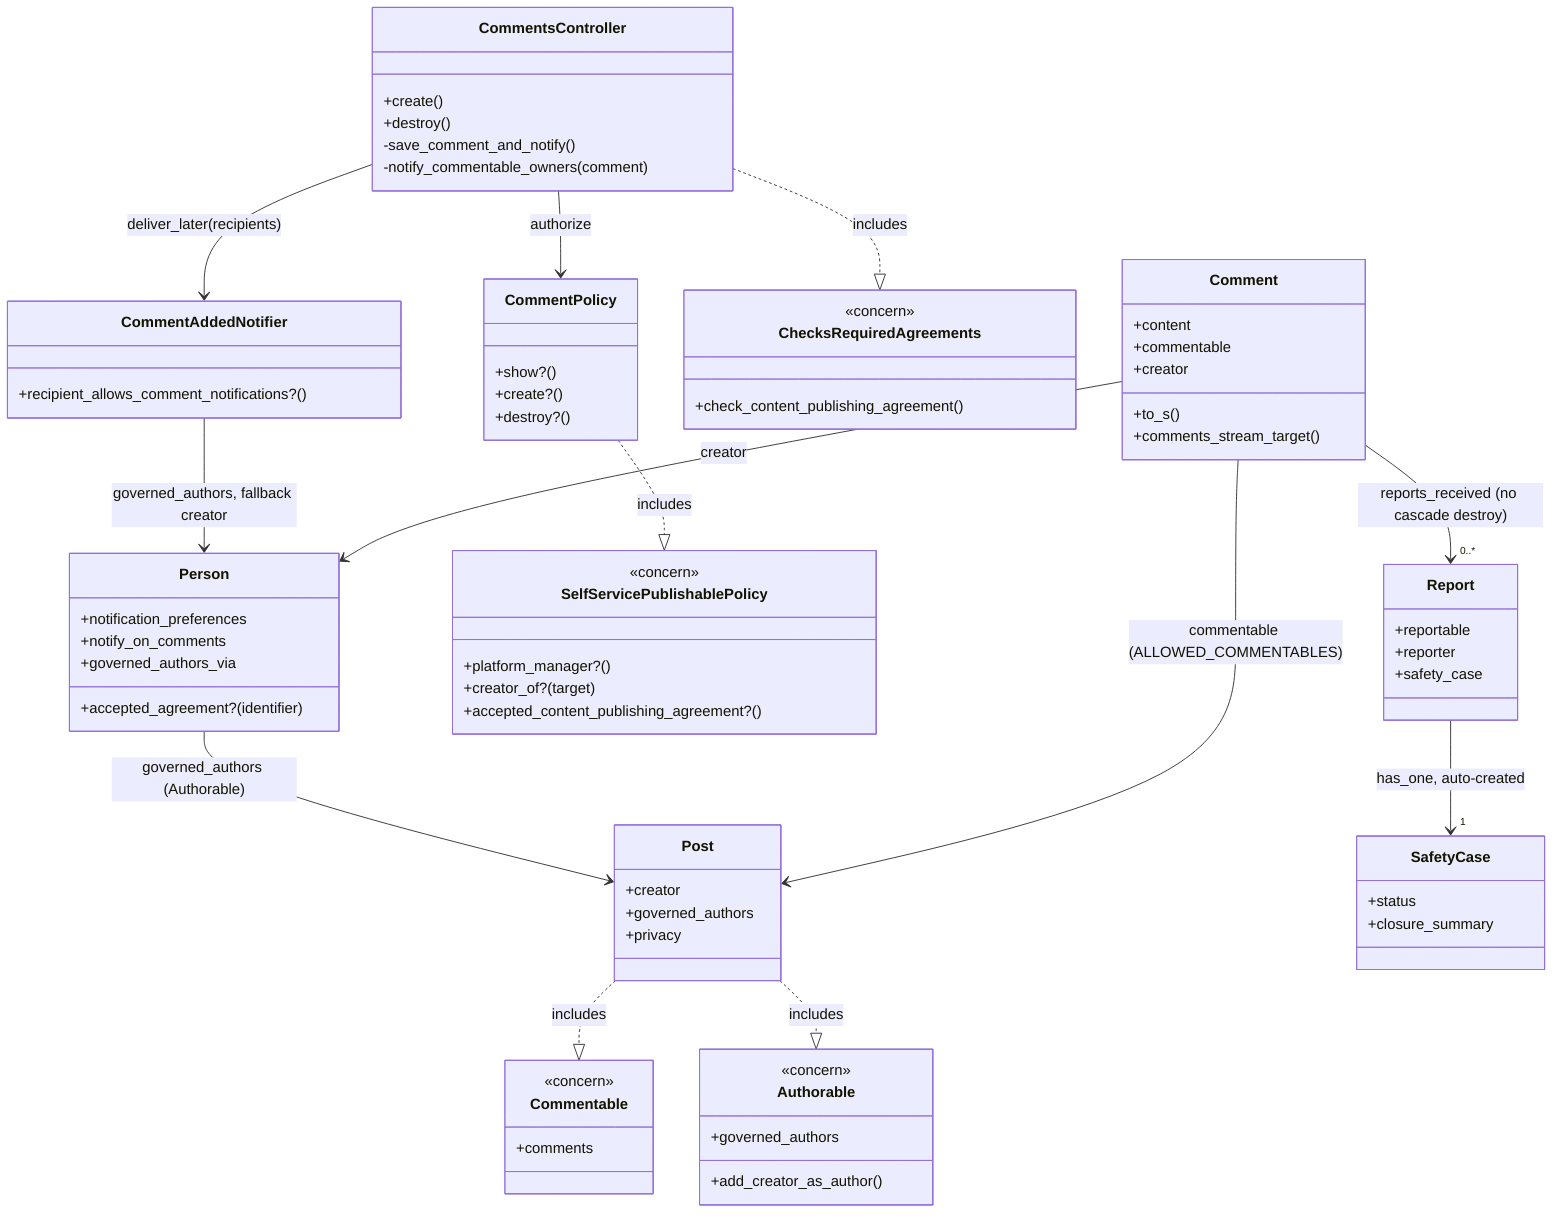
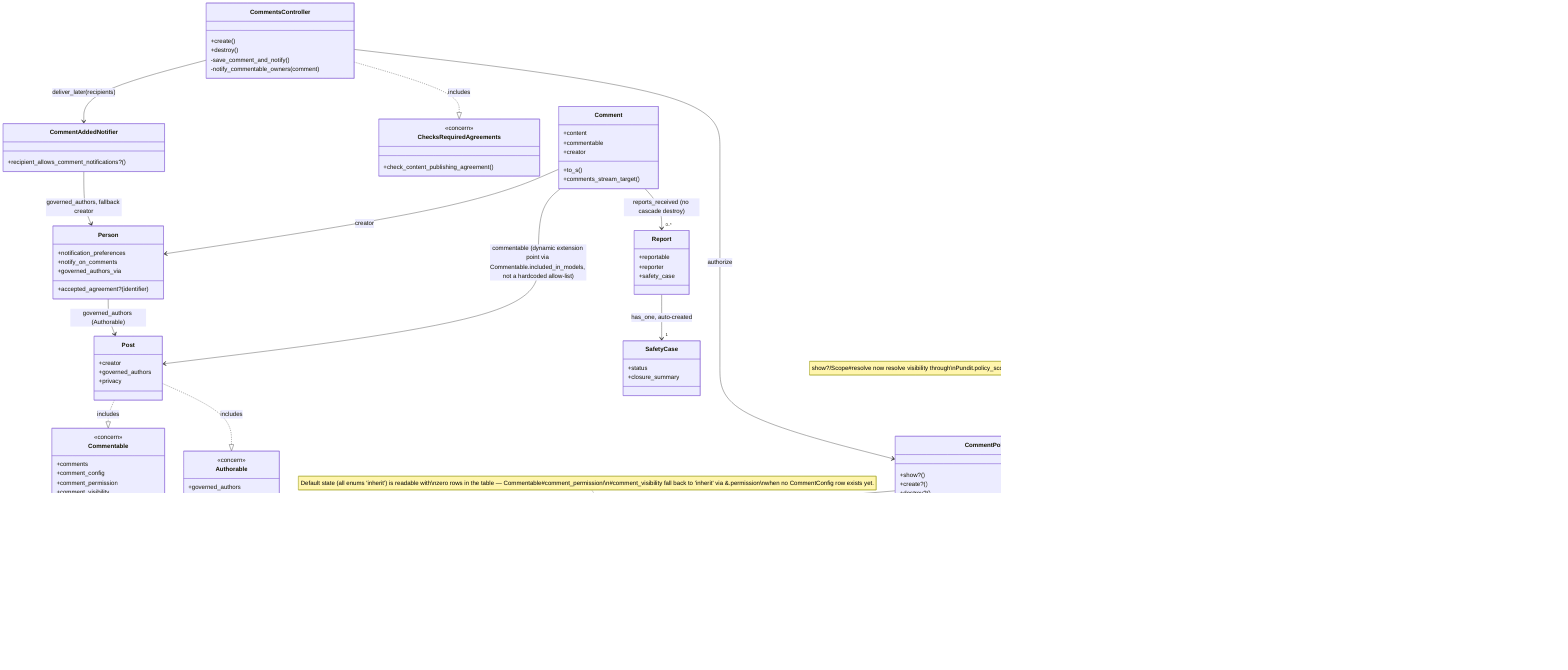
- %% PR #1651 — MVP comment system + remediation. Domain/object relation view.
+ %% PR #1651 — MVP comment system + CommentConfig permission/visibility controls. Domain/object relation view.
classDiagram
    class Comment {
      +content
      +commentable
      +creator
      +to_s()
      +comments_stream_target()
    }

    class Commentable {
      <<concern>>
      +comments
+       +comment_config
+       +comment_permission
+       +comment_permission=(value)
+       +comment_visibility
+       +comment_visibility=(value)
+       +self.included_in_models()
+     }
+ 
+     class CommentConfig {
+       +commentable
+       +permission: inherit|community|disabled
+       +visibility: inherit|community
+       +self.permitted_attributes()
    }

    class Post {
      +creator
      +governed_authors
      +privacy
    }

    class Authorable {
      <<concern>>
      +governed_authors
      +add_creator_as_author()
    }

    class Person {
      +notification_preferences
      +notify_on_comments
      +governed_authors_via
      +accepted_agreement?(identifier)
    }

    class CommentPolicy {
      +show?()
      +create?()
      +destroy?()
+       -commentable_visible_to_agent?(commentable)
+       -commentable_visibility_permits?(commentable)
+       -commentable_accepts_new_comments?(commentable)
+     }
+ 
+     class CommentPolicyScope {
+       <<Scope>>
+       +resolve()
+       -restrict_to_visible_and_permitted(relation)
    }

    class SelfServicePublishablePolicy {
      <<concern>>
      +platform_manager?()
      +creator_of?(target)
      +accepted_content_publishing_agreement?()
    }

    class CommentsController {
      +create()
      +destroy()
      -save_comment_and_notify()
      -notify_commentable_owners(comment)
    }

    class ChecksRequiredAgreements {
      <<concern>>
      +check_content_publishing_agreement()
    }

    class CommentAddedNotifier {
      +recipient_allows_comment_notifications?()
    }

    class Report {
      +reportable
      +reporter
      +safety_case
    }

    class SafetyCase {
      +status
      +closure_summary
    }

    Post ..|> Commentable : includes
    Post ..|> Authorable : includes
-     Comment --> Post : commentable (ALLOWED_COMMENTABLES)
+     Comment --> Post : commentable (dynamic extension point via Commentable.included_in_models, not a hardcoded allow-list)
    Comment --> Person : creator
    Comment --> "0..*" Report : reports_received (no cascade destroy)
    Report --> "1" SafetyCase : has_one, auto-created
+     Commentable --> "0..1" CommentConfig : has_one, dependent destroy, lazy-built
+     CommentPolicy --> CommentPolicyScope : nested Scope class
+     CommentPolicy --> CommentConfig : reads comment_permission/comment_visibility via commentable
    CommentPolicy ..|> SelfServicePublishablePolicy : includes
+     CommentPolicyScope --> CommentPolicy : delegates per-pair visibility to show?()
    CommentsController ..|> ChecksRequiredAgreements : includes
    CommentsController --> CommentPolicy : authorize
    CommentsController --> CommentAddedNotifier : deliver_later(recipients)
    CommentAddedNotifier --> Person : governed_authors, fallback creator
    Person --> Post : governed_authors (Authorable)
+ 
+     note for CommentPolicy "show?/Scope#resolve now resolve visibility through\nPundit.policy_scope(user, commentable.class) rather than a\nbare Pundit.policy(user, commentable)&.show? boolean —\nkeeps comment visibility consistent with the viewer's own\nscoped list for that commentable type."
+     note for CommentConfig "Default state (all enums 'inherit') is readable with\nzero rows in the table — Commentable#comment_permission/\n#comment_visibility fall back to 'inherit' via &.permission\nwhen no CommentConfig row exists yet."
